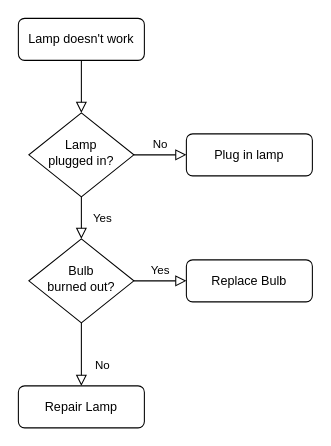
Above: Untitled Diagram.drawio in Whosemario/GraphicFromDrawIo (draw.io), before the change. Source tidied: cells renumbered, new cells numbered last; positions are measured from the earlier drawing's top-left corner, leaving out a move shared by most shapes. Both pictures are drawn from the tidied source at 105%, with x=0, y=0 at pixel (18, 18).
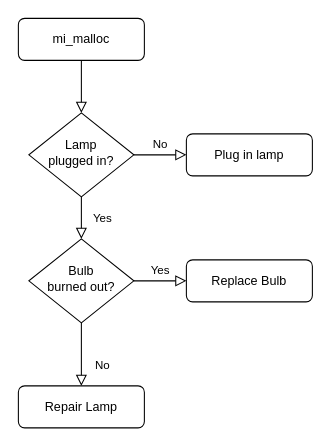
After the change.

The edit, as a diff of the source:
```diff
@@
 <mxGraphModel>
   <root>
     <mxCell id="0" />
     <mxCell id="1" parent="0" />
     <mxCell id="2" style="rounded=0;html=1;jettySize=auto;fontSize=11;endArrow=block;endFill=0;endSize=8;strokeWidth=1;shadow=0;labelBackgroundColor=none;edgeStyle=orthogonalEdgeStyle;" parent="1" edge="1" source="3" target="6">
       <mxGeometry relative="1" as="geometry" />
     </mxCell>
-    <mxCell id="3" value="Lamp doesn't work" style="rounded=1;whiteSpace=wrap;html=1;fontSize=12;glass=0;strokeWidth=1;shadow=0;" parent="1" vertex="1">
+    <mxCell id="3" value="mi_malloc" style="rounded=1;whiteSpace=wrap;html=1;fontSize=12;glass=0;strokeWidth=1;shadow=0;" parent="1" vertex="1">
       <mxGeometry width="120" height="40" as="geometry" />
     </mxCell>
     <mxCell id="4" value="Yes" style="rounded=0;html=1;jettySize=auto;fontSize=11;endArrow=block;endFill=0;endSize=8;strokeWidth=1;shadow=0;labelBackgroundColor=none;edgeStyle=orthogonalEdgeStyle;" parent="1" edge="1" source="6" target="10">
       <mxGeometry y="20" relative="1" as="geometry" />
     </mxCell>
     <mxCell id="5" value="No" style="edgeStyle=orthogonalEdgeStyle;rounded=0;html=1;jettySize=auto;fontSize=11;endArrow=block;endFill=0;endSize=8;strokeWidth=1;shadow=0;labelBackgroundColor=none;" parent="1" edge="1" source="6" target="7">
       <mxGeometry y="10" relative="1" as="geometry" />
     </mxCell>
     <mxCell id="6" value="Lamp&lt;br&gt;plugged in?" style="rhombus;whiteSpace=wrap;html=1;shadow=0;fontFamily=Helvetica;fontSize=12;align=center;strokeWidth=1;spacing=6;spacingTop=-4;" parent="1" vertex="1">
       <mxGeometry x="10" y="90" width="100" height="80" as="geometry" />
     </mxCell>
     <mxCell id="7" value="Plug in lamp" style="rounded=1;whiteSpace=wrap;html=1;fontSize=12;glass=0;strokeWidth=1;shadow=0;" parent="1" vertex="1">
       <mxGeometry x="160" y="110" width="120" height="40" as="geometry" />
     </mxCell>
     <mxCell id="8" value="No" style="rounded=0;html=1;jettySize=auto;fontSize=11;endArrow=block;endFill=0;endSize=8;strokeWidth=1;shadow=0;labelBackgroundColor=none;edgeStyle=orthogonalEdgeStyle;" parent="1" edge="1" source="10" target="11">
       <mxGeometry x="0.33" y="20" relative="1" as="geometry" />
     </mxCell>
     <mxCell id="9" value="Yes" style="edgeStyle=orthogonalEdgeStyle;rounded=0;html=1;jettySize=auto;fontSize=11;endArrow=block;endFill=0;endSize=8;strokeWidth=1;shadow=0;labelBackgroundColor=none;" parent="1" edge="1" source="10" target="12">
       <mxGeometry y="10" relative="1" as="geometry" />
     </mxCell>
     <mxCell id="10" value="Bulb&lt;br&gt;burned out?" style="rhombus;whiteSpace=wrap;html=1;shadow=0;fontFamily=Helvetica;fontSize=12;align=center;strokeWidth=1;spacing=6;spacingTop=-4;" parent="1" vertex="1">
       <mxGeometry x="10" y="210" width="100" height="80" as="geometry" />
     </mxCell>
     <mxCell id="11" value="Repair Lamp" style="rounded=1;whiteSpace=wrap;html=1;fontSize=12;glass=0;strokeWidth=1;shadow=0;" parent="1" vertex="1">
       <mxGeometry y="350" width="120" height="40" as="geometry" />
     </mxCell>
     <mxCell id="12" value="Replace Bulb" style="rounded=1;whiteSpace=wrap;html=1;fontSize=12;glass=0;strokeWidth=1;shadow=0;" parent="1" vertex="1">
       <mxGeometry x="160" y="230" width="120" height="40" as="geometry" />
     </mxCell>
   </root>
 </mxGraphModel>
```
